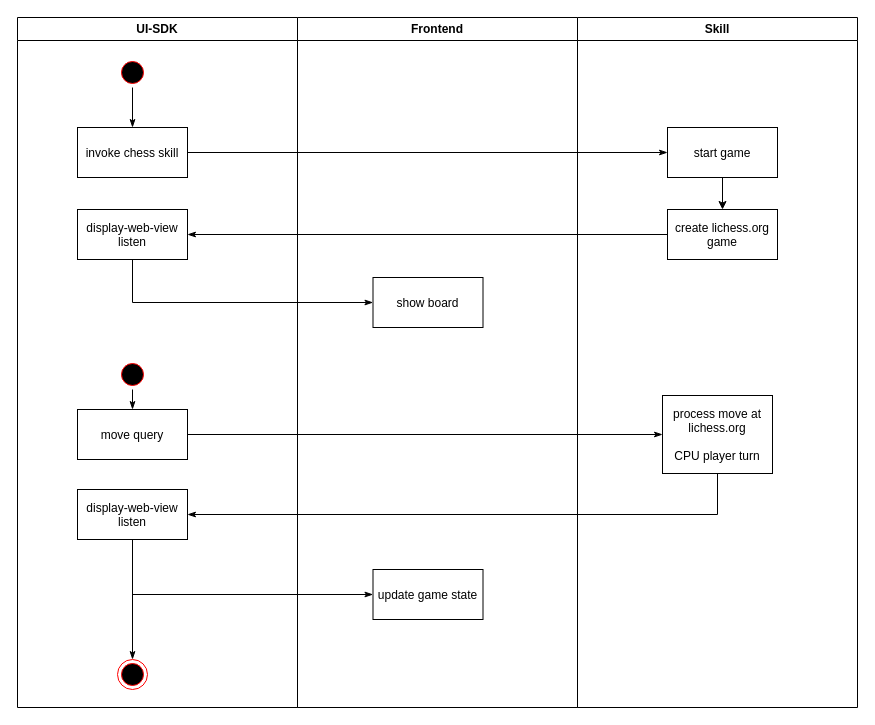
The draw.io diagram page "Normal Flow" (1 of 2) of docs/flows.drawio in mosure/chess-assistant-skill, before the edit. Source tidied: cells renumbered, new cells numbered last; positions are measured from the earlier drawing's top-left corner, leaving out a move shared by most shapes. Both pictures are drawn from the tidied source at 100%, with x=0, y=0 at pixel (17, 17).
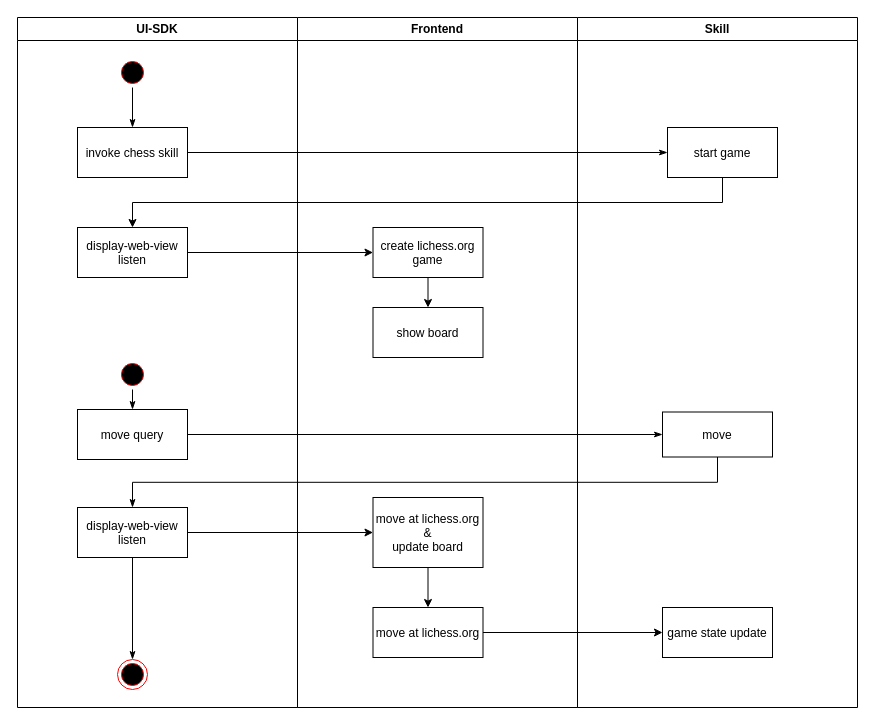
The same page after the edit.

The change refers to these unchanged cells:
```xml
<mxCell id="2" value="UI-SDK" style="swimlane;whiteSpace=wrap;startSize=23;" parent="1" vertex="1">
  <mxGeometry width="280" height="690" as="geometry" />
</mxCell>
<mxCell id="13" value="Frontend" style="swimlane;whiteSpace=wrap;" parent="1" vertex="1">
  <mxGeometry x="280" width="280" height="690" as="geometry" />
</mxCell>
<mxCell id="16" value="Skill" style="swimlane;whiteSpace=wrap;startSize=23;" parent="1" vertex="1">
  <mxGeometry x="560" width="280" height="690" as="geometry" />
</mxCell>
<mxCell id="18" value="start game" parent="16" vertex="1">
  <mxGeometry x="90" y="110" width="110" height="50" as="geometry" />
</mxCell>
```

Change to the diagram source:
```diff
@@
     <mxCell id="6" value="display-web-view&#10;listen" parent="2" vertex="1">
-      <mxGeometry x="60" y="192" width="110" height="50" as="geometry" />
+      <mxGeometry x="60" y="210" width="110" height="50" as="geometry" />
     </mxCell>
@@
     <mxCell id="11" value="display-web-view&#10;listen" parent="2" vertex="1">
-      <mxGeometry x="60" y="472" width="110" height="50" as="geometry" />
+      <mxGeometry x="60" y="490" width="110" height="50" as="geometry" />
     </mxCell>
@@
     <mxCell id="14" value="show board" parent="13" vertex="1">
-      <mxGeometry x="75.5" y="260" width="110" height="50" as="geometry" />
+      <mxGeometry x="75.5" y="290" width="110" height="50" as="geometry" />
     </mxCell>
+    <mxCell id="27" style="edgeStyle=orthogonalEdgeStyle;rounded=0;jettySize=auto;html=1;exitX=0.5;exitY=1;exitDx=0;exitDy=0;entryX=0.5;entryY=0;entryDx=0;entryDy=0;" parent="13" edge="1" source="15" target="29">
+      <mxGeometry relative="1" as="geometry" />
+    </mxCell>
-    <mxCell id="15" value="update game state" parent="13" vertex="1">
-      <mxGeometry x="75.5" y="552" width="110" height="50" as="geometry" />
+    <mxCell id="15" value="move at lichess.org&#10;&amp;&#10;update board" parent="13" vertex="1">
+      <mxGeometry x="75.5" y="480" width="110" height="70" as="geometry" />
     </mxCell>
+    <mxCell id="28" style="edgeStyle=orthogonalEdgeStyle;rounded=0;jettySize=auto;html=1;exitX=0.5;exitY=1;exitDx=0;exitDy=0;entryX=0.5;entryY=0;entryDx=0;entryDy=0;" parent="13" edge="1" source="19" target="14">
+      <mxGeometry relative="1" as="geometry" />
+    </mxCell>
+    <mxCell id="19" value="create lichess.org&#10;game" parent="13" vertex="1">
+      <mxGeometry x="75.5" y="210" width="110" height="50" as="geometry" />
+    </mxCell>
+    <mxCell id="29" value="move at lichess.org" parent="13" vertex="1">
+      <mxGeometry x="75.5" y="590" width="110" height="50" as="geometry" />
+    </mxCell>
@@
-    <mxCell id="17" style="edgeStyle=orthogonalEdgeStyle;rounded=0;jettySize=auto;html=1;exitX=0.5;exitY=1;exitDx=0;exitDy=0;entryX=0.5;entryY=0;entryDx=0;entryDy=0;" parent="16" edge="1" source="18" target="19">
-      <mxGeometry relative="1" as="geometry" />
-    </mxCell>
@@
-    <mxCell id="19" value="create lichess.org&#10;game" parent="16" vertex="1">
-      <mxGeometry x="90" y="192" width="110" height="50" as="geometry" />
-    </mxCell>
-    <mxCell id="20" value="process move at&#10;lichess.org&#10;&#10;CPU player turn" parent="16" vertex="1">
-      <mxGeometry x="85" y="378" width="110" height="78" as="geometry" />
+    <mxCell id="20" value="move" parent="16" vertex="1">
+      <mxGeometry x="85" y="394.5" width="110" height="45" as="geometry" />
     </mxCell>
+    <mxCell id="30" value="game state update" parent="16" vertex="1">
+      <mxGeometry x="85" y="590" width="110" height="50" as="geometry" />
+    </mxCell>
@@
-    <mxCell id="22" style="edgeStyle=orthogonalEdgeStyle;rounded=0;jettySize=auto;html=1;exitX=0;exitY=0.5;exitDx=0;exitDy=0;entryX=1;entryY=0.5;entryDx=0;entryDy=0;endArrow=classicThin;endFill=1;strokeColor=#000000;" parent="1" edge="1" source="19" target="6">
-      <mxGeometry relative="1" as="geometry" />
-    </mxCell>
-    <mxCell id="23" style="edgeStyle=orthogonalEdgeStyle;rounded=0;jettySize=auto;html=1;exitX=0.5;exitY=1;exitDx=0;exitDy=0;endArrow=classicThin;endFill=1;strokeColor=#000000;entryX=0;entryY=0.5;entryDx=0;entryDy=0;" parent="1" edge="1" source="6" target="14">
-      <mxGeometry relative="1" as="geometry" />
-    </mxCell>
@@
-    <mxCell id="25" style="edgeStyle=orthogonalEdgeStyle;rounded=0;jettySize=auto;html=1;exitX=0.5;exitY=1;exitDx=0;exitDy=0;endArrow=classicThin;endFill=1;strokeColor=#000000;entryX=1;entryY=0.5;entryDx=0;entryDy=0;" parent="1" edge="1" source="20" target="11">
+    <mxCell id="25" style="edgeStyle=orthogonalEdgeStyle;rounded=0;jettySize=auto;html=1;exitX=0.5;exitY=1;exitDx=0;exitDy=0;endArrow=classicThin;endFill=1;strokeColor=#000000;entryX=0.5;entryY=0;entryDx=0;entryDy=0;" parent="1" edge="1" source="20" target="11">
       <mxGeometry relative="1" as="geometry" />
     </mxCell>
+    <mxCell id="17" style="edgeStyle=orthogonalEdgeStyle;rounded=0;jettySize=auto;html=1;exitX=0.5;exitY=1;exitDx=0;exitDy=0;entryX=0.5;entryY=0;entryDx=0;entryDy=0;" parent="1" edge="1" source="18" target="6">
+      <mxGeometry relative="1" as="geometry" />
+    </mxCell>
+    <mxCell id="31" style="edgeStyle=orthogonalEdgeStyle;rounded=0;jettySize=auto;html=1;exitX=1;exitY=0.5;exitDx=0;exitDy=0;entryX=0;entryY=0.5;entryDx=0;entryDy=0;" parent="1" edge="1" source="6" target="19">
+      <mxGeometry relative="1" as="geometry" />
+    </mxCell>
-    <mxCell id="26" style="edgeStyle=orthogonalEdgeStyle;rounded=0;jettySize=auto;html=1;exitX=0.5;exitY=1;exitDx=0;exitDy=0;entryX=0;entryY=0.5;entryDx=0;entryDy=0;endArrow=classicThin;endFill=1;strokeColor=#000000;" parent="1" edge="1" source="11" target="15">
+    <mxCell id="26" style="edgeStyle=orthogonalEdgeStyle;rounded=0;jettySize=auto;html=1;exitX=1;exitY=0.5;exitDx=0;exitDy=0;entryX=0;entryY=0.5;entryDx=0;entryDy=0;" parent="1" edge="1" source="11" target="15">
       <mxGeometry relative="1" as="geometry" />
     </mxCell>
+    <mxCell id="32" style="edgeStyle=orthogonalEdgeStyle;rounded=0;jettySize=auto;html=1;exitX=1;exitY=0.5;exitDx=0;exitDy=0;entryX=0;entryY=0.5;entryDx=0;entryDy=0;" parent="1" edge="1" source="29" target="30">
+      <mxGeometry relative="1" as="geometry" />
+    </mxCell>
```
